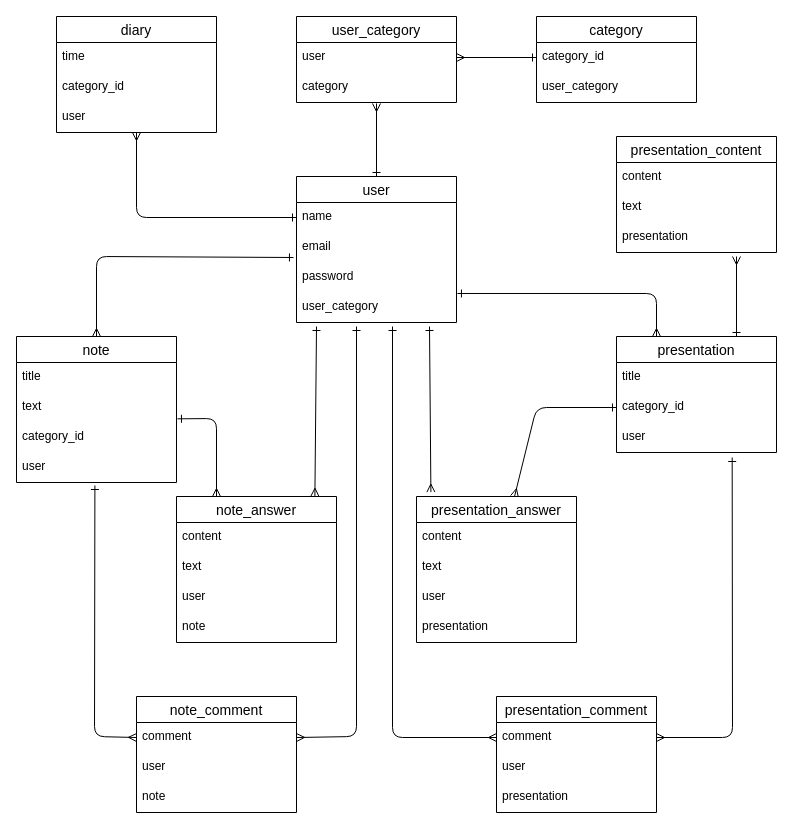
Above: ER.dio in xcattleyax/outputera (draw.io), before the change. Source tidied: cells renumbered, new cells numbered last; positions are measured from the earlier drawing's top-left corner, leaving out a move shared by most shapes. Both pictures are drawn from the tidied source at 100%, with x=0, y=0 at pixel (16, 16).
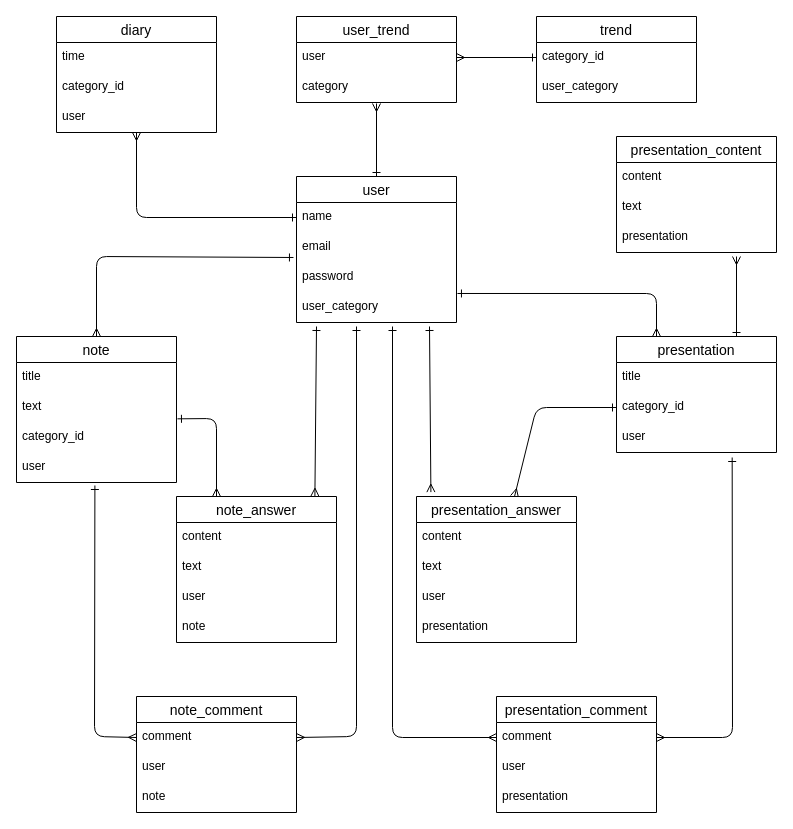
The same diagram, later.

Commit message (it also covers changes not shown here):
categoryがアクティブハッシュと名前が被ったため、テーブル名変更

Change to the diagram source:
```diff
@@
-    <mxCell id="7" value="category" style="swimlane;fontStyle=0;horizontal=1;startSize=26;align=center;fontSize=14;" parent="1" vertex="1">
+    <mxCell id="7" value="trend" style="swimlane;fontStyle=0;horizontal=1;startSize=26;align=center;fontSize=14;" parent="1" vertex="1">
       <mxGeometry x="520" width="160" height="86" as="geometry" />
     </mxCell>
@@
-    <mxCell id="45" value="user_category" style="swimlane;fontStyle=0;horizontal=1;startSize=26;align=center;fontSize=14;" parent="1" vertex="1">
+    <mxCell id="45" value="user_trend" style="swimlane;fontStyle=0;horizontal=1;startSize=26;align=center;fontSize=14;" parent="1" vertex="1">
       <mxGeometry x="280" width="160" height="86" as="geometry" />
     </mxCell>
```
